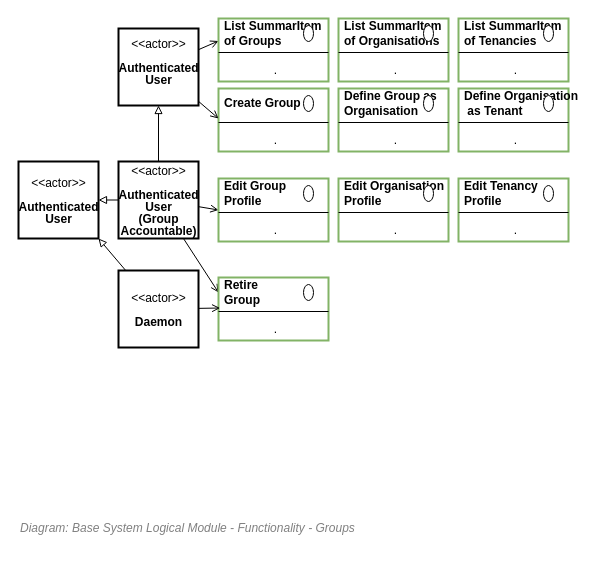
skysgh/System.Design.Resources.Service keeps this draw.io diagram as 43.Functionality View/Functionality View - Functionality - User Group Management Operations.drawio. Above is the earlier version. Source tidied: cells renumbered, new cells numbered last; positions are measured from the earlier drawing's top-left corner, leaving out a move shared by most shapes. Both pictures are drawn from the tidied source at 100%, with x=0, y=0 at pixel (18, 18).
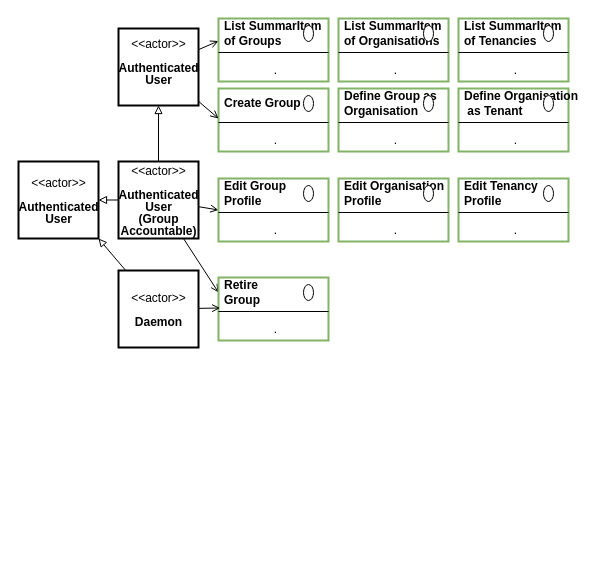
After the change.

The edit, as a diff of the source:
```diff
@@
-    <mxCell id="2" value="&lt;font style=&quot;font-size: 12px&quot;&gt;&lt;span style=&quot;font-size: 12px&quot;&gt;Diagram: Base System Logical Module -&amp;nbsp;&lt;/span&gt;&lt;span style=&quot;font-size: 12px&quot;&gt;Functionality -&amp;nbsp;&lt;/span&gt;Groups&lt;/font&gt;" style="text;strokeColor=none;fillColor=none;html=1;fontSize=12;fontStyle=2;verticalAlign=middle;align=left;shadow=0;glass=0;comic=0;opacity=30;fontColor=#808080;" parent="1" vertex="1">
-      <mxGeometry y="490" width="520" height="40" as="geometry" />
-    </mxCell>
```
